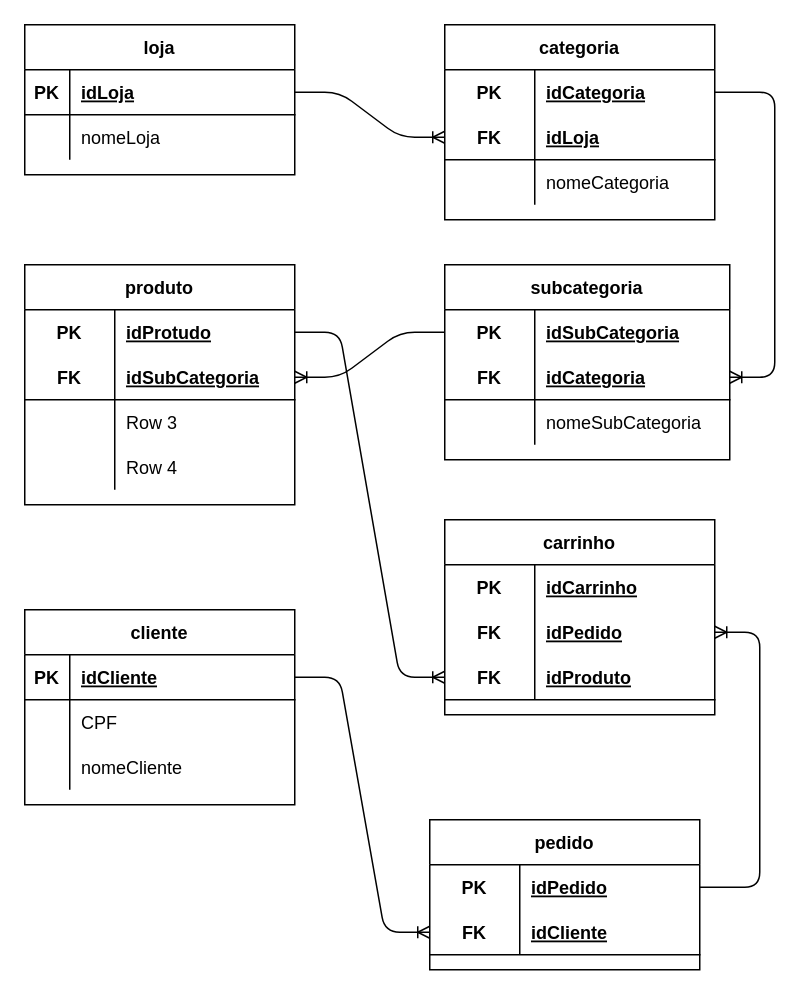
The draw.io diagram page "Logico" (2 of 2) of exercicios/1.5-exercicio-ecommerce/Modelagem/1.5-exercicio-ecommerce.drawio in LimaGustav/senai_sprint1_bd, before the edit. Source tidied: cells renumbered, new cells numbered last; positions are measured from the earlier drawing's top-left corner, leaving out a move shared by most shapes. Both pictures are drawn from the tidied source at 150%, with x=0, y=0 at pixel (24, 24).
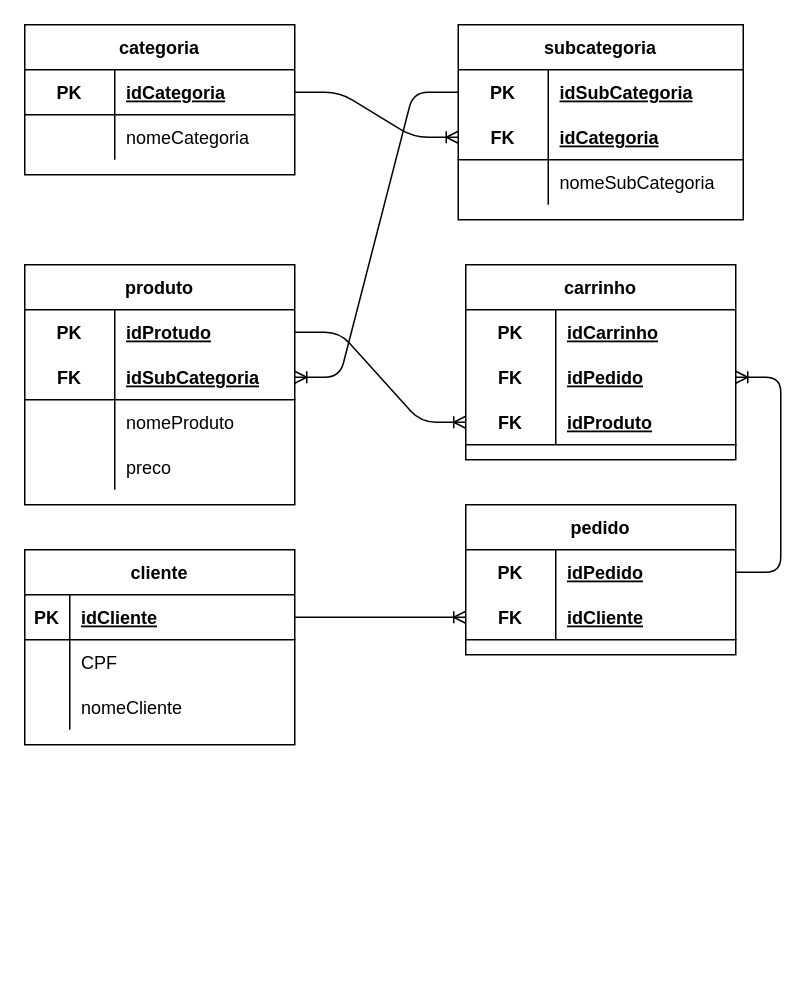
After the change.

Unchanged cells that the change refers to:
```xml
<mxCell id="23" style="shape=partialRectangle;fillColor=none;top=0;left=0;bottom=1;right=0;points=[[0,0.5],[1,0.5]];portConstraint=eastwest;" parent="19" vertex="1">
  <mxGeometry y="60" width="190" height="30" as="geometry" />
</mxCell>
<mxCell id="36" style="shape=partialRectangle;fillColor=none;top=0;left=0;bottom=0;right=0;" parent="29" vertex="1">
  <mxGeometry y="90" width="180" height="30" as="geometry" />
</mxCell>
<mxCell id="39" style="shape=partialRectangle;fillColor=none;top=0;left=0;bottom=0;right=0;" parent="29" vertex="1">
  <mxGeometry y="120" width="180" height="30" as="geometry" />
</mxCell>
```

What changed in the source:
```diff
@@
-    <mxCell id="2" value="loja" style="shape=table;startSize=30;childLayout=tableLayout;rowLines=0;fontStyle=1;align=center;" parent="1" vertex="1">
-      <mxGeometry width="180" height="100" as="geometry" />
-    </mxCell>
-    <mxCell id="3" style="shape=partialRectangle;fillColor=none;top=0;left=0;bottom=1;right=0;points=[[0,0.5],[1,0.5]];portConstraint=eastwest;" parent="2" vertex="1">
-      <mxGeometry y="30" width="180" height="30" as="geometry" />
-    </mxCell>
-    <mxCell id="4" value="PK" style="shape=partialRectangle;fillColor=none;top=0;left=0;bottom=0;right=0;fontStyle=1;overflow=hidden;" parent="3" vertex="1">
-      <mxGeometry width="30" height="30" as="geometry" />
-    </mxCell>
-    <mxCell id="5" value="idLoja" style="shape=partialRectangle;fillColor=none;top=0;left=0;bottom=0;right=0;align=left;spacingLeft=6;fontStyle=5;overflow=hidden;" parent="3" vertex="1">
-      <mxGeometry x="30" width="150" height="30" as="geometry" />
-    </mxCell>
-    <mxCell id="6" style="shape=partialRectangle;fillColor=none;top=0;left=0;bottom=0;right=0;" parent="2" vertex="1">
-      <mxGeometry y="60" width="180" height="30" as="geometry" />
-    </mxCell>
-    <mxCell id="7" style="shape=partialRectangle;fillColor=none;top=0;left=0;bottom=0;right=0;overflow=hidden;" parent="6" vertex="1">
-      <mxGeometry width="30" height="30" as="geometry" />
-    </mxCell>
-    <mxCell id="8" value="nomeLoja" style="shape=partialRectangle;fillColor=none;top=0;left=0;bottom=0;right=0;align=left;spacingLeft=6;overflow=hidden;" parent="6" vertex="1">
-      <mxGeometry x="30" width="150" height="30" as="geometry" />
-    </mxCell>
     <mxCell id="9" value="categoria" style="shape=table;startSize=30;childLayout=tableLayout;rowLines=0;fontStyle=1;align=center;" parent="1" vertex="1">
-      <mxGeometry x="280" width="180" height="130" as="geometry" />
+      <mxGeometry width="180" height="100" as="geometry" />
     </mxCell>
-    <mxCell id="10" style="shape=partialRectangle;fillColor=none;top=0;left=0;bottom=0;right=0;points=[[0,0.5],[1,0.5]];portConstraint=eastwest;" parent="9" vertex="1">
-      <mxGeometry y="30" width="180" height="30" as="geometry" />
-    </mxCell>
-    <mxCell id="11" value="PK" style="shape=partialRectangle;fillColor=none;top=0;left=0;bottom=0;right=0;fontStyle=1;overflow=hidden;" parent="10" vertex="1">
-      <mxGeometry width="60" height="30" as="geometry" />
-    </mxCell>
-    <mxCell id="12" value="idCategoria" style="shape=partialRectangle;fillColor=none;top=0;left=0;bottom=0;right=0;align=left;spacingLeft=6;fontStyle=5;overflow=hidden;" parent="10" vertex="1">
-      <mxGeometry x="60" width="120" height="30" as="geometry" />
-    </mxCell>
     <mxCell id="13" style="shape=partialRectangle;fillColor=none;top=0;left=0;bottom=1;right=0;points=[[0,0.5],[1,0.5]];portConstraint=eastwest;" parent="9" vertex="1">
-      <mxGeometry y="60" width="180" height="30" as="geometry" />
+      <mxGeometry y="30" width="180" height="30" as="geometry" />
     </mxCell>
-    <mxCell id="14" value="FK" style="shape=partialRectangle;fillColor=none;top=0;left=0;bottom=0;right=0;fontStyle=1;overflow=hidden;" parent="13" vertex="1">
+    <mxCell id="14" value="PK" style="shape=partialRectangle;fillColor=none;top=0;left=0;bottom=0;right=0;fontStyle=1;overflow=hidden;" parent="13" vertex="1">
       <mxGeometry width="60" height="30" as="geometry" />
     </mxCell>
-    <mxCell id="15" value="idLoja" style="shape=partialRectangle;fillColor=none;top=0;left=0;bottom=0;right=0;align=left;spacingLeft=6;fontStyle=5;overflow=hidden;" parent="13" vertex="1">
+    <mxCell id="15" value="idCategoria" style="shape=partialRectangle;fillColor=none;top=0;left=0;bottom=0;right=0;align=left;spacingLeft=6;fontStyle=5;overflow=hidden;" parent="13" vertex="1">
       <mxGeometry x="60" width="120" height="30" as="geometry" />
     </mxCell>
     <mxCell id="16" style="shape=partialRectangle;fillColor=none;top=0;left=0;bottom=0;right=0;" parent="9" vertex="1">
-      <mxGeometry y="90" width="180" height="30" as="geometry" />
+      <mxGeometry y="60" width="180" height="30" as="geometry" />
     </mxCell>
@@
     <mxCell id="19" value="subcategoria" style="shape=table;startSize=30;childLayout=tableLayout;rowLines=0;fontStyle=1;align=center;" parent="1" vertex="1">
-      <mxGeometry x="280" y="160" width="190" height="130" as="geometry" />
+      <mxGeometry x="289" width="190" height="130" as="geometry" />
     </mxCell>
@@
-    <mxCell id="38" value="Row 3" style="shape=partialRectangle;fillColor=none;top=0;left=0;bottom=0;right=0;align=left;spacingLeft=6;overflow=hidden;" parent="36" vertex="1">
+    <mxCell id="38" value="nomeProduto" style="shape=partialRectangle;fillColor=none;top=0;left=0;bottom=0;right=0;align=left;spacingLeft=6;overflow=hidden;" parent="36" vertex="1">
       <mxGeometry x="60" width="120" height="30" as="geometry" />
     </mxCell>
@@
-    <mxCell id="41" value="Row 4" style="shape=partialRectangle;fillColor=none;top=0;left=0;bottom=0;right=0;align=left;spacingLeft=6;overflow=hidden;" parent="39" vertex="1">
-      <mxGeometry x="60" width="120" height="30" as="geometry" />
-    </mxCell>
+    <mxCell id="75" value="preco" style="shape=partialRectangle;fillColor=none;top=0;left=0;bottom=0;right=0;align=left;spacingLeft=6;overflow=hidden;" parent="39" vertex="1">
+      <mxGeometry x="60" width="120" height="30" as="geometry" />
+    </mxCell>
     <mxCell id="42" value="cliente" style="shape=table;startSize=30;childLayout=tableLayout;rowLines=0;fontStyle=1;align=center;" parent="1" vertex="1">
-      <mxGeometry y="390" width="180" height="130" as="geometry" />
+      <mxGeometry y="350" width="180" height="130" as="geometry" />
     </mxCell>
@@
-    <mxCell id="52" style="edgeStyle=entityRelationEdgeStyle;fontSize=12;html=1;endArrow=ERoneToMany;" parent="1" edge="1" source="3" target="13">
-      <mxGeometry relative="1" as="geometry" />
-    </mxCell>
-    <mxCell id="53" style="edgeStyle=entityRelationEdgeStyle;fontSize=12;html=1;endArrow=ERoneToMany;" parent="1" edge="1" source="10" target="23">
-      <mxGeometry relative="1" as="geometry" />
+    <mxCell id="53" style="edgeStyle=entityRelationEdgeStyle;fontSize=12;html=1;endArrow=ERoneToMany;" parent="1" edge="1" target="23">
+      <mxGeometry relative="1" as="geometry">
+        <mxPoint x="180" y="45" as="sourcePoint" />
+      </mxGeometry>
     </mxCell>
@@
     <mxCell id="55" value="carrinho" style="shape=table;startSize=30;childLayout=tableLayout;rowLines=0;fontStyle=1;align=center;" parent="1" vertex="1">
-      <mxGeometry x="280" y="330" width="180" height="130" as="geometry" />
+      <mxGeometry x="294" y="160" width="180" height="130" as="geometry" />
     </mxCell>
@@
     <mxCell id="67" value="pedido" style="shape=table;startSize=30;childLayout=tableLayout;rowLines=0;fontStyle=1;align=center;" parent="1" vertex="1">
-      <mxGeometry x="270" y="530" width="180" height="100" as="geometry" />
+      <mxGeometry x="294" y="320" width="180" height="100" as="geometry" />
     </mxCell>
```
